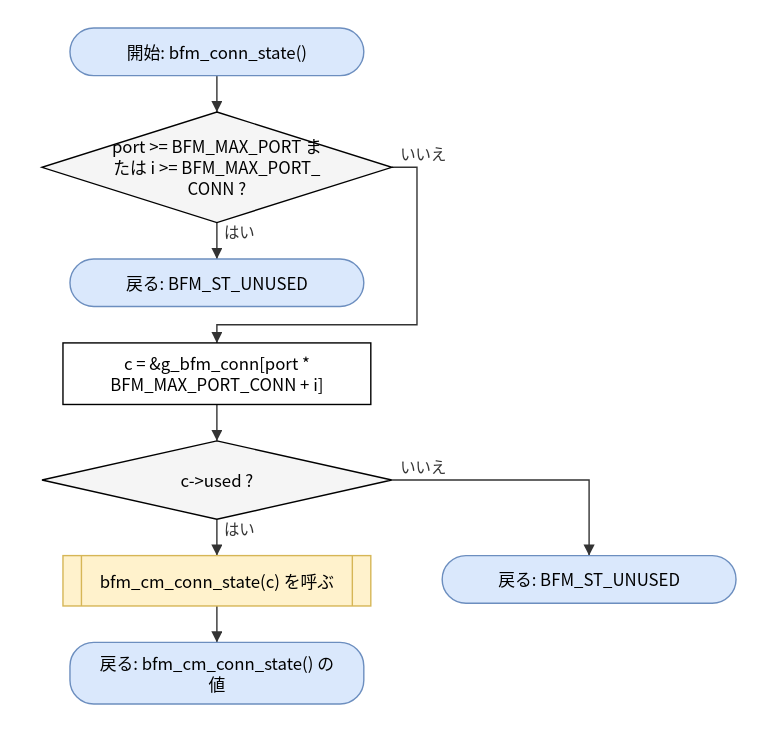
Earlier version of the draw.io export doc/spec/images/flow_src_bfm_cm-bfm_conn_state.drawio.svg (hf355051012-ai/bfmem). Source tidied: cells renumbered, new cells last; positions are measured from the earlier drawing's top-left corner, leaving out a move shared by most shapes.
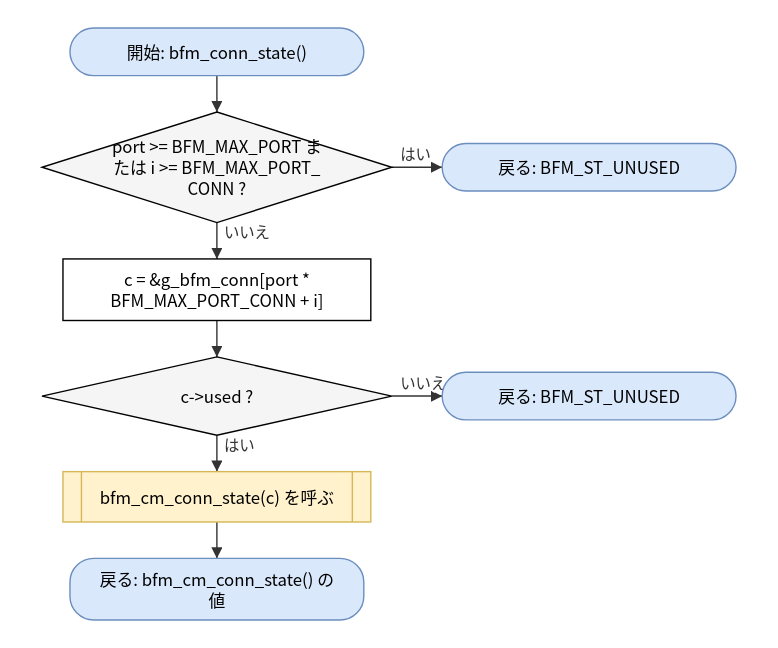
After the change.

The edit, as a diff of the source:
```diff
@@ -9,53 +9,43 @@
       <mxGeometry y="60" width="250" height="79" as="geometry" />
     </mxCell>
     <mxCell id="4" value="戻る: BFM_ST_UNUSED" style="rounded=1;arcSize=50;whiteSpace=wrap;html=1;fillColor=#dae8fc;strokeColor=#6c8ebf;" parent="1" vertex="1">
-      <mxGeometry x="20" y="165" width="210" height="34" as="geometry" />
+      <mxGeometry x="286" y="82.5" width="210" height="34" as="geometry" />
     </mxCell>
     <mxCell id="5" value="c = &amp;amp;g_bfm_conn[port *&lt;br&gt;BFM_MAX_PORT_CONN + i]" style="rounded=0;whiteSpace=wrap;html=1;" parent="1" vertex="1">
-      <mxGeometry x="15" y="225" width="220" height="44" as="geometry" />
+      <mxGeometry x="15" y="165" width="220" height="44" as="geometry" />
     </mxCell>
     <mxCell id="6" value="c-&amp;gt;used ?" style="rhombus;whiteSpace=wrap;html=1;fillColor=#f5f5f5;" parent="1" vertex="1">
-      <mxGeometry y="295" width="250" height="56" as="geometry" />
+      <mxGeometry y="235" width="250" height="56" as="geometry" />
     </mxCell>
-    <mxCell id="7" value="bfm_cm_conn_state(c) を呼ぶ" style="shape=process;whiteSpace=wrap;html=1;backgroundOutline=1;size=0.06;fillColor=#fff2cc;strokeColor=#d6b656;" parent="1" vertex="1">
-      <mxGeometry x="15" y="377" width="220" height="36" as="geometry" />
+    <mxCell id="7" value="戻る: BFM_ST_UNUSED" style="rounded=1;arcSize=50;whiteSpace=wrap;html=1;fillColor=#dae8fc;strokeColor=#6c8ebf;" parent="1" vertex="1">
+      <mxGeometry x="286" y="246" width="210" height="34" as="geometry" />
     </mxCell>
-    <mxCell id="8" value="戻る: bfm_cm_conn_state() の&lt;br&gt;値" style="rounded=1;arcSize=50;whiteSpace=wrap;html=1;fillColor=#dae8fc;strokeColor=#6c8ebf;" parent="1" vertex="1">
-      <mxGeometry x="20" y="439" width="210" height="44" as="geometry" />
+    <mxCell id="8" value="bfm_cm_conn_state(c) を呼ぶ" style="shape=process;whiteSpace=wrap;html=1;backgroundOutline=1;size=0.06;fillColor=#fff2cc;strokeColor=#d6b656;" parent="1" vertex="1">
+      <mxGeometry x="15" y="317" width="220" height="36" as="geometry" />
     </mxCell>
-    <mxCell id="9" value="戻る: BFM_ST_UNUSED" style="rounded=1;arcSize=50;whiteSpace=wrap;html=1;fillColor=#dae8fc;strokeColor=#6c8ebf;" parent="1" vertex="1">
-      <mxGeometry x="286" y="377" width="210" height="34" as="geometry" />
+    <mxCell id="9" value="戻る: bfm_cm_conn_state() の&lt;br&gt;値" style="rounded=1;arcSize=50;whiteSpace=wrap;html=1;fillColor=#dae8fc;strokeColor=#6c8ebf;" parent="1" vertex="1">
+      <mxGeometry x="20" y="379" width="210" height="44" as="geometry" />
     </mxCell>
     <mxCell id="10" style="edgeStyle=none;html=1;rounded=0;endArrow=block;endFill=1;exitX=0.5000;exitY=1.0000;exitDx=0;exitDy=0;exitPerimeter=0;entryX=0.5000;entryY=0.0000;entryDx=0;entryDy=0;entryPerimeter=0;" parent="1" edge="1" source="2" target="3">
       <mxGeometry relative="1" as="geometry" />
     </mxCell>
-    <mxCell id="11" value="はい" style="edgeStyle=none;html=1;rounded=0;endArrow=block;endFill=1;exitX=0.5000;exitY=1.0000;exitDx=0;exitDy=0;exitPerimeter=0;entryX=0.5000;entryY=0.0000;entryDx=0;entryDy=0;entryPerimeter=0;" parent="1" edge="1" source="3" target="4">
+    <mxCell id="11" value="はい" style="edgeStyle=none;html=1;rounded=0;endArrow=block;endFill=1;exitX=1.0000;exitY=0.5000;exitDx=0;exitDy=0;exitPerimeter=0;entryX=0.0000;entryY=0.5000;entryDx=0;entryDy=0;entryPerimeter=0;" parent="1" edge="1" source="3" target="4">
       <mxGeometry relative="1" as="geometry" />
     </mxCell>
-    <mxCell id="12" value="いいえ" style="edgeStyle=none;html=1;rounded=0;endArrow=block;endFill=1;exitX=1.0000;exitY=0.5000;exitDx=0;exitDy=0;exitPerimeter=0;entryX=0.5000;entryY=0.0000;entryDx=0;entryDy=0;entryPerimeter=0;" parent="1" edge="1" source="3" target="5">
-      <mxGeometry relative="1" as="geometry">
-        <Array as="points">
-          <mxPoint x="268" y="99.5" />
-          <mxPoint x="268" y="212" />
-          <mxPoint x="125" y="212" />
-        </Array>
-      </mxGeometry>
+    <mxCell id="12" value="いいえ" style="edgeStyle=none;html=1;rounded=0;endArrow=block;endFill=1;exitX=0.5000;exitY=1.0000;exitDx=0;exitDy=0;exitPerimeter=0;entryX=0.5000;entryY=0.0000;entryDx=0;entryDy=0;entryPerimeter=0;" parent="1" edge="1" source="3" target="5">
+      <mxGeometry relative="1" as="geometry" />
     </mxCell>
     <mxCell id="13" style="edgeStyle=none;html=1;rounded=0;endArrow=block;endFill=1;exitX=0.5000;exitY=1.0000;exitDx=0;exitDy=0;exitPerimeter=0;entryX=0.5000;entryY=0.0000;entryDx=0;entryDy=0;entryPerimeter=0;" parent="1" edge="1" source="5" target="6">
       <mxGeometry relative="1" as="geometry" />
     </mxCell>
-    <mxCell id="14" value="はい" style="edgeStyle=none;html=1;rounded=0;endArrow=block;endFill=1;exitX=0.5000;exitY=1.0000;exitDx=0;exitDy=0;exitPerimeter=0;entryX=0.5000;entryY=0.0000;entryDx=0;entryDy=0;entryPerimeter=0;" parent="1" edge="1" source="6" target="7">
+    <mxCell id="14" value="いいえ" style="edgeStyle=none;html=1;rounded=0;endArrow=block;endFill=1;exitX=1.0000;exitY=0.5000;exitDx=0;exitDy=0;exitPerimeter=0;entryX=0.0000;entryY=0.5000;entryDx=0;entryDy=0;entryPerimeter=0;" parent="1" edge="1" source="6" target="7">
       <mxGeometry relative="1" as="geometry" />
     </mxCell>
-    <mxCell id="15" style="edgeStyle=none;html=1;rounded=0;endArrow=block;endFill=1;exitX=0.5000;exitY=1.0000;exitDx=0;exitDy=0;exitPerimeter=0;entryX=0.5000;entryY=0.0000;entryDx=0;entryDy=0;entryPerimeter=0;" parent="1" edge="1" source="7" target="8">
+    <mxCell id="15" value="はい" style="edgeStyle=none;html=1;rounded=0;endArrow=block;endFill=1;exitX=0.5000;exitY=1.0000;exitDx=0;exitDy=0;exitPerimeter=0;entryX=0.5000;entryY=0.0000;entryDx=0;entryDy=0;entryPerimeter=0;" parent="1" edge="1" source="6" target="8">
       <mxGeometry relative="1" as="geometry" />
     </mxCell>
-    <mxCell id="16" value="いいえ" style="edgeStyle=none;html=1;rounded=0;endArrow=block;endFill=1;exitX=1.0000;exitY=0.5000;exitDx=0;exitDy=0;exitPerimeter=0;entryX=0.5000;entryY=0.0000;entryDx=0;entryDy=0;entryPerimeter=0;" parent="1" edge="1" source="6" target="9">
-      <mxGeometry relative="1" as="geometry">
-        <Array as="points">
-          <mxPoint x="391" y="323" />
-        </Array>
-      </mxGeometry>
+    <mxCell id="16" style="edgeStyle=none;html=1;rounded=0;endArrow=block;endFill=1;exitX=0.5000;exitY=1.0000;exitDx=0;exitDy=0;exitPerimeter=0;entryX=0.5000;entryY=0.0000;entryDx=0;entryDy=0;entryPerimeter=0;" parent="1" edge="1" source="8" target="9">
+      <mxGeometry relative="1" as="geometry" />
     </mxCell>
   </root>
 </mxGraphModel>
```
